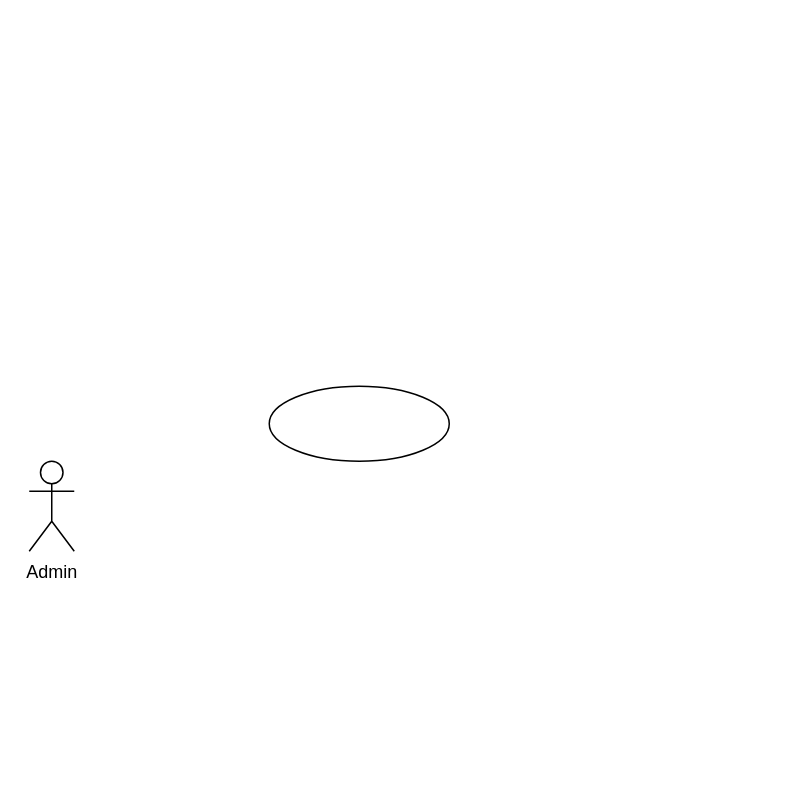
The draw.io diagram Діаграма без назви.drawio in phlpss/coursework, before the edit. Source tidied: cells renumbered, new cells numbered last; positions are measured from the earlier drawing's top-left corner, leaving out a move shared by most shapes. Both pictures are drawn from the tidied source at 150%, with x=0, y=0 at pixel (28, 386).
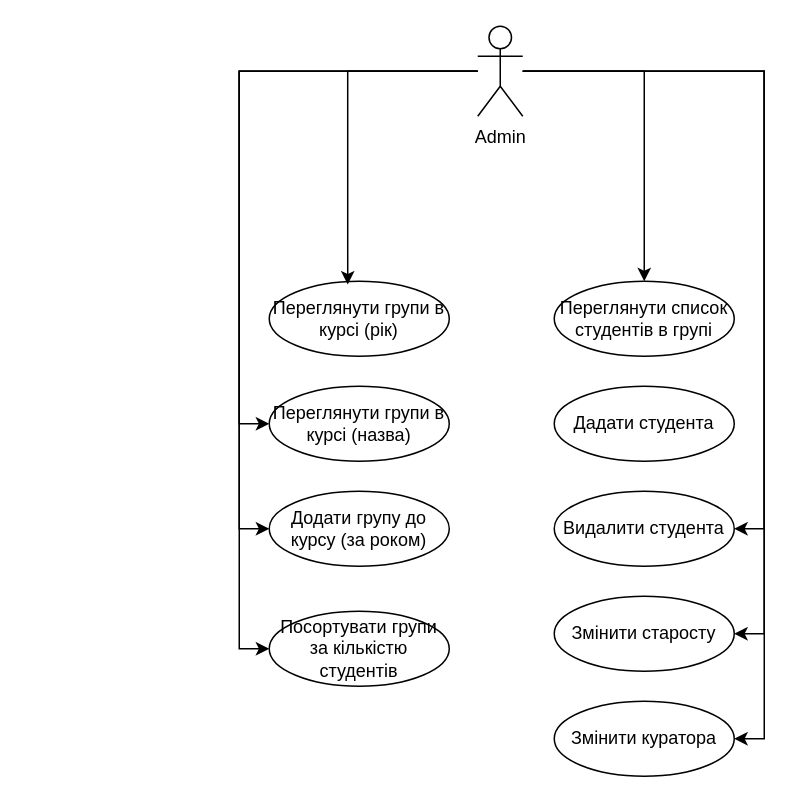
The same diagram, later.

Diff of the diagram source:
```diff
@@
 <mxGraphModel>
   <root>
     <mxCell id="0" />
     <mxCell id="1" parent="0" />
+    <mxCell id="4" style="edgeStyle=orthogonalEdgeStyle;rounded=0;jettySize=auto;html=1;entryX=0;entryY=0.5;entryDx=0;entryDy=0;" parent="1" edge="1" source="2" target="3">
+      <mxGeometry relative="1" as="geometry" />
+    </mxCell>
+    <mxCell id="5" style="edgeStyle=orthogonalEdgeStyle;rounded=0;jettySize=auto;html=1;entryX=0;entryY=0.5;entryDx=0;entryDy=0;" parent="1" edge="1" source="2" target="11">
+      <mxGeometry relative="1" as="geometry" />
+    </mxCell>
+    <mxCell id="6" style="edgeStyle=orthogonalEdgeStyle;rounded=0;jettySize=auto;html=1;entryX=0.5;entryY=0;entryDx=0;entryDy=0;" parent="1" edge="1" source="2" target="16">
+      <mxGeometry relative="1" as="geometry" />
+    </mxCell>
+    <mxCell id="7" style="edgeStyle=orthogonalEdgeStyle;rounded=0;jettySize=auto;html=1;entryX=1;entryY=0.5;entryDx=0;entryDy=0;" parent="1" edge="1" source="2" target="15">
+      <mxGeometry relative="1" as="geometry" />
+    </mxCell>
+    <mxCell id="8" style="edgeStyle=orthogonalEdgeStyle;rounded=0;jettySize=auto;html=1;entryX=1;entryY=0.5;entryDx=0;entryDy=0;" parent="1" edge="1" source="2" target="17">
+      <mxGeometry relative="1" as="geometry" />
+    </mxCell>
+    <mxCell id="9" style="edgeStyle=orthogonalEdgeStyle;rounded=0;jettySize=auto;html=1;entryX=1;entryY=0.5;entryDx=0;entryDy=0;" parent="1" edge="1" source="2" target="13">
+      <mxGeometry relative="1" as="geometry" />
+    </mxCell>
+    <mxCell id="10" style="edgeStyle=orthogonalEdgeStyle;rounded=0;jettySize=auto;html=1;entryX=0;entryY=0.5;entryDx=0;entryDy=0;" parent="1" edge="1" source="2" target="19">
+      <mxGeometry relative="1" as="geometry" />
+    </mxCell>
     <mxCell id="2" value="Admin" style="shape=umlActor;verticalLabelPosition=bottom;verticalAlign=top;html=1;outlineConnect=0;" parent="1" vertex="1">
-      <mxGeometry y="50" width="30" height="60" as="geometry" />
+      <mxGeometry x="299" y="-240" width="30" height="60" as="geometry" />
     </mxCell>
-    <mxCell id="3" style="ellipse;whiteSpace=wrap;html=1;" parent="1" vertex="1">
+    <mxCell id="3" value="Переглянути групи в курсі (назва)" style="ellipse;whiteSpace=wrap;html=1;" parent="1" vertex="1">
       <mxGeometry x="160" width="120" height="50" as="geometry" />
     </mxCell>
+    <mxCell id="11" value="Додати групу до курсу (за роком)" style="ellipse;whiteSpace=wrap;html=1;" parent="1" vertex="1">
+      <mxGeometry x="160" y="70" width="120" height="50" as="geometry" />
+    </mxCell>
+    <mxCell id="12" value="Переглянути групи в курсі (рік)" style="ellipse;whiteSpace=wrap;html=1;" parent="1" vertex="1">
+      <mxGeometry x="160" y="-70" width="120" height="50" as="geometry" />
+    </mxCell>
+    <mxCell id="13" value="Змінити куратора" style="ellipse;whiteSpace=wrap;html=1;" parent="1" vertex="1">
+      <mxGeometry x="350" y="210" width="120" height="50" as="geometry" />
+    </mxCell>
+    <mxCell id="14" value="Дадати студента" style="ellipse;whiteSpace=wrap;html=1;" parent="1" vertex="1">
+      <mxGeometry x="350" width="120" height="50" as="geometry" />
+    </mxCell>
+    <mxCell id="15" value="Видалити студента" style="ellipse;whiteSpace=wrap;html=1;" parent="1" vertex="1">
+      <mxGeometry x="350" y="70" width="120" height="50" as="geometry" />
+    </mxCell>
+    <mxCell id="16" value="Переглянути список студентів в групі" style="ellipse;whiteSpace=wrap;html=1;" parent="1" vertex="1">
+      <mxGeometry x="350" y="-70" width="120" height="50" as="geometry" />
+    </mxCell>
+    <mxCell id="17" value="Змінити старосту" style="ellipse;whiteSpace=wrap;html=1;" parent="1" vertex="1">
+      <mxGeometry x="350" y="140" width="120" height="50" as="geometry" />
+    </mxCell>
+    <mxCell id="18" style="edgeStyle=orthogonalEdgeStyle;rounded=0;jettySize=auto;html=1;entryX=0.436;entryY=0.044;entryDx=0;entryDy=0;entryPerimeter=0;" parent="1" edge="1" source="2" target="12">
+      <mxGeometry relative="1" as="geometry" />
+    </mxCell>
+    <mxCell id="19" value="Посортувати групи за кількістю студентів" style="ellipse;whiteSpace=wrap;html=1;" parent="1" vertex="1">
+      <mxGeometry x="160" y="150" width="120" height="50" as="geometry" />
+    </mxCell>
   </root>
 </mxGraphModel>
```
